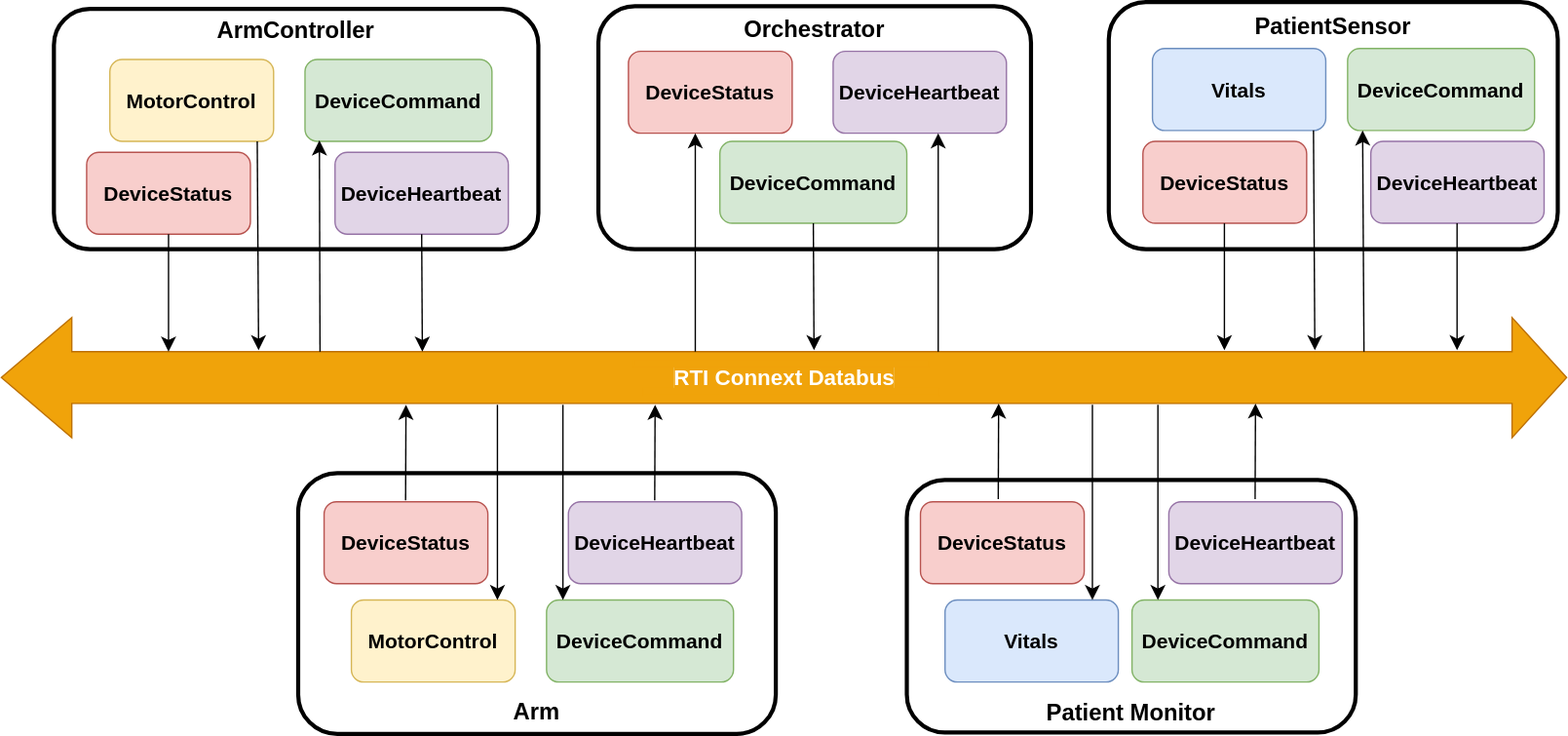
The draw.io diagram resource/images/module-01-diagram-digital-OR.svg in rticommunity/rticonnextdds-medtech-reference-architecture, before a commit. Source tidied: cells renumbered, new cells last; positions are measured from the earlier drawing's top-left corner, leaving out a move shared by most shapes. Source of this version:
```xml
<mxGraphModel>
  <root>
    <mxCell id="0" />
    <mxCell id="1" parent="0" />
    <mxCell id="2" value="&lt;br&gt;&lt;br&gt;&lt;br&gt;&lt;br&gt;&lt;br&gt;&lt;br&gt;&lt;br&gt;&lt;b&gt;&lt;font style=&quot;font-size: 17px;&quot;&gt;&lt;br&gt;&lt;br&gt;&lt;br&gt;Arm&lt;/font&gt;&lt;/b&gt;" style="rounded=1;whiteSpace=wrap;html=1;strokeWidth=3;" parent="1" vertex="1">
      <mxGeometry x="218" y="345" width="350" height="191" as="geometry" />
    </mxCell>
    <mxCell id="3" value="&lt;b&gt;&lt;font style=&quot;font-size: 17px;&quot;&gt;ArmController&lt;br&gt;&lt;br&gt;&lt;br&gt;&lt;br&gt;&lt;br&gt;&lt;br&gt;&lt;br&gt;&lt;br&gt;&lt;/font&gt;&lt;/b&gt;" style="rounded=1;whiteSpace=wrap;html=1;strokeWidth=3;" parent="1" vertex="1">
      <mxGeometry x="39" y="5" width="355" height="176" as="geometry" />
    </mxCell>
    <mxCell id="4" value="&lt;b&gt;&lt;font style=&quot;font-size: 17px;&quot;&gt;Orchestrator&lt;br&gt;&lt;br&gt;&lt;br&gt;&lt;br&gt;&lt;br&gt;&lt;br&gt;&lt;br&gt;&lt;br&gt;&lt;/font&gt;&lt;/b&gt;" style="rounded=1;whiteSpace=wrap;html=1;strokeWidth=3;" parent="1" vertex="1">
      <mxGeometry x="438" y="3" width="317" height="178" as="geometry" />
    </mxCell>
    <mxCell id="5" value="&lt;b&gt;&lt;font style=&quot;font-size: 17px;&quot;&gt;PatientSensor&lt;br&gt;&lt;br&gt;&lt;br&gt;&lt;br&gt;&lt;br&gt;&lt;br&gt;&lt;br&gt;&lt;br&gt;&lt;/font&gt;&lt;/b&gt;" style="rounded=1;whiteSpace=wrap;html=1;strokeWidth=3;" parent="1" vertex="1">
      <mxGeometry x="812" width="329" height="181" as="geometry" />
    </mxCell>
    <mxCell id="6" value="&lt;br&gt;&lt;br&gt;&lt;br&gt;&lt;br&gt;&lt;br&gt;&lt;br&gt;&lt;br&gt;&lt;br&gt;&lt;br&gt;&lt;br&gt;&lt;br&gt;&lt;b&gt;&lt;font style=&quot;font-size: 17px;&quot;&gt;Patient Monitor&lt;/font&gt;&lt;/b&gt;" style="rounded=1;whiteSpace=wrap;html=1;strokeWidth=3;" parent="1" vertex="1">
      <mxGeometry x="664" y="350" width="329" height="185" as="geometry" />
    </mxCell>
    <mxCell id="7" value="&lt;b&gt;&lt;font color=&quot;#ffffff&quot; style=&quot;font-size: 16px; background-color: rgb(240, 163, 10);&quot;&gt;RTI Connext Databus&lt;/font&gt;&lt;/b&gt;" style="shape=flexArrow;endArrow=classic;startArrow=classic;html=1;rounded=0;endWidth=49;endSize=13;startWidth=49;startSize=16.87;width=38;fillColor=#f0a30a;strokeColor=#BD7000;" parent="1" edge="1">
      <mxGeometry relative="1" as="geometry">
        <mxPoint y="275" as="sourcePoint" />
        <mxPoint x="1148" y="275" as="targetPoint" />
      </mxGeometry>
    </mxCell>
    <mxCell id="8" value="&lt;b&gt;&lt;font style=&quot;font-size: 15px;&quot;&gt;DeviceStatus&lt;/font&gt;&lt;/b&gt;" style="rounded=1;whiteSpace=wrap;html=1;fillColor=#f8cecc;strokeColor=#b85450;" parent="1" vertex="1">
      <mxGeometry x="237" y="366" width="120" height="60" as="geometry" />
    </mxCell>
    <mxCell id="9" value="&lt;b&gt;&lt;font style=&quot;font-size: 15px;&quot;&gt;DeviceHeartbeat&lt;/font&gt;&lt;/b&gt;" style="rounded=1;whiteSpace=wrap;html=1;fillColor=#e1d5e7;strokeColor=#9673a6;" parent="1" vertex="1">
      <mxGeometry x="416" y="366" width="127" height="60" as="geometry" />
    </mxCell>
    <mxCell id="10" value="&lt;b&gt;&lt;font style=&quot;font-size: 15px;&quot;&gt;MotorControl&lt;/font&gt;&lt;/b&gt;" style="rounded=1;whiteSpace=wrap;html=1;fillColor=#fff2cc;strokeColor=#d6b656;" parent="1" vertex="1">
      <mxGeometry x="257" y="438" width="120" height="60" as="geometry" />
    </mxCell>
    <mxCell id="11" value="&lt;b&gt;&lt;font style=&quot;font-size: 15px;&quot;&gt;DeviceCommand&lt;/font&gt;&lt;/b&gt;" style="rounded=1;whiteSpace=wrap;html=1;fillColor=#d5e8d4;strokeColor=#82b366;" parent="1" vertex="1">
      <mxGeometry x="400" y="438" width="137" height="60" as="geometry" />
    </mxCell>
    <mxCell id="12" value="&lt;b&gt;&lt;font style=&quot;font-size: 15px;&quot;&gt;DeviceStatus&lt;/font&gt;&lt;/b&gt;" style="rounded=1;whiteSpace=wrap;html=1;fillColor=#f8cecc;strokeColor=#b85450;" parent="1" vertex="1">
      <mxGeometry x="63" y="110" width="120" height="60" as="geometry" />
    </mxCell>
    <mxCell id="13" value="&lt;b&gt;&lt;font style=&quot;font-size: 15px;&quot;&gt;DeviceHeartbeat&lt;/font&gt;&lt;/b&gt;" style="rounded=1;whiteSpace=wrap;html=1;fillColor=#e1d5e7;strokeColor=#9673a6;" parent="1" vertex="1">
      <mxGeometry x="245" y="110" width="127" height="60" as="geometry" />
    </mxCell>
    <mxCell id="14" value="&lt;b&gt;&lt;font style=&quot;font-size: 15px;&quot;&gt;MotorControl&lt;/font&gt;&lt;/b&gt;" style="rounded=1;whiteSpace=wrap;html=1;fillColor=#fff2cc;strokeColor=#d6b656;" parent="1" vertex="1">
      <mxGeometry x="80" y="42" width="120" height="60" as="geometry" />
    </mxCell>
    <mxCell id="15" value="&lt;b&gt;&lt;font style=&quot;font-size: 15px;&quot;&gt;DeviceCommand&lt;/font&gt;&lt;/b&gt;" style="rounded=1;whiteSpace=wrap;html=1;fillColor=#d5e8d4;strokeColor=#82b366;" parent="1" vertex="1">
      <mxGeometry x="223" y="42" width="137" height="60" as="geometry" />
    </mxCell>
    <mxCell id="16" value="&lt;b&gt;&lt;font style=&quot;font-size: 15px;&quot;&gt;DeviceCommand&lt;/font&gt;&lt;/b&gt;" style="rounded=1;whiteSpace=wrap;html=1;fillColor=#d5e8d4;strokeColor=#82b366;" parent="1" vertex="1">
      <mxGeometry x="527" y="102" width="137" height="60" as="geometry" />
    </mxCell>
    <mxCell id="17" value="&lt;b&gt;&lt;font style=&quot;font-size: 15px;&quot;&gt;DeviceStatus&lt;/font&gt;&lt;/b&gt;" style="rounded=1;whiteSpace=wrap;html=1;fillColor=#f8cecc;strokeColor=#b85450;" parent="1" vertex="1">
      <mxGeometry x="460" y="36" width="120" height="60" as="geometry" />
    </mxCell>
    <mxCell id="18" value="&lt;b&gt;&lt;font style=&quot;font-size: 15px;&quot;&gt;DeviceHeartbeat&lt;/font&gt;&lt;/b&gt;" style="rounded=1;whiteSpace=wrap;html=1;fillColor=#e1d5e7;strokeColor=#9673a6;" parent="1" vertex="1">
      <mxGeometry x="610" y="36" width="127" height="60" as="geometry" />
    </mxCell>
    <mxCell id="19" value="&lt;b&gt;&lt;font style=&quot;font-size: 15px;&quot;&gt;DeviceStatus&lt;/font&gt;&lt;/b&gt;" style="rounded=1;whiteSpace=wrap;html=1;fillColor=#f8cecc;strokeColor=#b85450;" parent="1" vertex="1">
      <mxGeometry x="837" y="102" width="120" height="60" as="geometry" />
    </mxCell>
    <mxCell id="20" value="&lt;b&gt;&lt;font style=&quot;font-size: 15px;&quot;&gt;DeviceHeartbeat&lt;/font&gt;&lt;/b&gt;" style="rounded=1;whiteSpace=wrap;html=1;fillColor=#e1d5e7;strokeColor=#9673a6;" parent="1" vertex="1">
      <mxGeometry x="1004" y="102" width="127" height="60" as="geometry" />
    </mxCell>
    <mxCell id="21" value="&lt;b&gt;&lt;font style=&quot;font-size: 15px;&quot;&gt;Vitals&lt;/font&gt;&lt;/b&gt;" style="rounded=1;whiteSpace=wrap;html=1;fillColor=#dae8fc;strokeColor=#6c8ebf;" parent="1" vertex="1">
      <mxGeometry x="844" y="34" width="127" height="60" as="geometry" />
    </mxCell>
    <mxCell id="22" value="&lt;b&gt;&lt;font style=&quot;font-size: 15px;&quot;&gt;DeviceCommand&lt;/font&gt;&lt;/b&gt;" style="rounded=1;whiteSpace=wrap;html=1;fillColor=#d5e8d4;strokeColor=#82b366;" parent="1" vertex="1">
      <mxGeometry x="987" y="34" width="137" height="60" as="geometry" />
    </mxCell>
    <mxCell id="23" value="&lt;b&gt;&lt;font style=&quot;font-size: 15px;&quot;&gt;DeviceStatus&lt;/font&gt;&lt;/b&gt;" style="rounded=1;whiteSpace=wrap;html=1;fillColor=#f8cecc;strokeColor=#b85450;" parent="1" vertex="1">
      <mxGeometry x="674" y="366" width="120" height="60" as="geometry" />
    </mxCell>
    <mxCell id="24" value="&lt;b&gt;&lt;font style=&quot;font-size: 15px;&quot;&gt;DeviceHeartbeat&lt;/font&gt;&lt;/b&gt;" style="rounded=1;whiteSpace=wrap;html=1;fillColor=#e1d5e7;strokeColor=#9673a6;" parent="1" vertex="1">
      <mxGeometry x="856" y="366" width="127" height="60" as="geometry" />
    </mxCell>
    <mxCell id="25" value="&lt;b&gt;&lt;font style=&quot;font-size: 15px;&quot;&gt;Vitals&lt;/font&gt;&lt;/b&gt;" style="rounded=1;whiteSpace=wrap;html=1;fillColor=#dae8fc;strokeColor=#6c8ebf;" parent="1" vertex="1">
      <mxGeometry x="692" y="438" width="127" height="60" as="geometry" />
    </mxCell>
    <mxCell id="26" value="&lt;b&gt;&lt;font style=&quot;font-size: 15px;&quot;&gt;DeviceCommand&lt;/font&gt;&lt;/b&gt;" style="rounded=1;whiteSpace=wrap;html=1;fillColor=#d5e8d4;strokeColor=#82b366;" parent="1" vertex="1">
      <mxGeometry x="829" y="438" width="137" height="60" as="geometry" />
    </mxCell>
    <mxCell id="27" style="endArrow=classic;html=1;rounded=0;fontSize=12;startSize=8;endSize=8;exitX=0.5;exitY=1;exitDx=0;exitDy=0;" parent="1" edge="1" source="12">
      <mxGeometry relative="1" as="geometry">
        <mxPoint x="123" y="256" as="targetPoint" />
      </mxGeometry>
    </mxCell>
    <mxCell id="28" style="endArrow=classic;html=1;rounded=0;fontSize=12;startSize=8;endSize=8;" parent="1" edge="1">
      <mxGeometry relative="1" as="geometry">
        <mxPoint x="188" y="102" as="sourcePoint" />
        <mxPoint x="189" y="255" as="targetPoint" />
      </mxGeometry>
    </mxCell>
    <mxCell id="29" style="endArrow=classic;html=1;rounded=0;fontSize=12;startSize=8;endSize=8;entryX=0.077;entryY=0.988;entryDx=0;entryDy=0;entryPerimeter=0;" parent="1" edge="1" target="15">
      <mxGeometry relative="1" as="geometry">
        <mxPoint x="234" y="256" as="sourcePoint" />
      </mxGeometry>
    </mxCell>
    <mxCell id="30" style="endArrow=classic;html=1;rounded=0;fontSize=12;startSize=8;endSize=8;exitX=0.5;exitY=1;exitDx=0;exitDy=0;" parent="1" edge="1" source="13">
      <mxGeometry relative="1" as="geometry">
        <mxPoint x="309" y="256" as="targetPoint" />
      </mxGeometry>
    </mxCell>
    <mxCell id="31" style="endArrow=classic;html=1;rounded=0;fontSize=12;startSize=8;endSize=8;exitX=0.5;exitY=1;exitDx=0;exitDy=0;" parent="1" edge="1" source="16">
      <mxGeometry relative="1" as="geometry">
        <mxPoint x="596" y="255" as="targetPoint" />
      </mxGeometry>
    </mxCell>
    <mxCell id="32" style="endArrow=classic;html=1;rounded=0;fontSize=12;startSize=8;endSize=8;entryX=0.077;entryY=0.988;entryDx=0;entryDy=0;entryPerimeter=0;" parent="1" edge="1">
      <mxGeometry relative="1" as="geometry">
        <mxPoint x="509" y="256" as="sourcePoint" />
        <mxPoint x="509" y="96" as="targetPoint" />
      </mxGeometry>
    </mxCell>
    <mxCell id="33" style="endArrow=classic;html=1;rounded=0;fontSize=12;startSize=8;endSize=8;entryX=0.077;entryY=0.988;entryDx=0;entryDy=0;entryPerimeter=0;" parent="1" edge="1">
      <mxGeometry relative="1" as="geometry">
        <mxPoint x="687" y="256" as="sourcePoint" />
        <mxPoint x="687" y="96" as="targetPoint" />
      </mxGeometry>
    </mxCell>
    <mxCell id="34" style="endArrow=classic;html=1;rounded=0;fontSize=12;startSize=8;endSize=8;entryX=0.077;entryY=0.988;entryDx=0;entryDy=0;entryPerimeter=0;" parent="1" edge="1">
      <mxGeometry relative="1" as="geometry">
        <mxPoint x="999" y="256" as="sourcePoint" />
        <mxPoint x="998" y="94" as="targetPoint" />
      </mxGeometry>
    </mxCell>
    <mxCell id="35" style="endArrow=classic;html=1;rounded=0;fontSize=12;startSize=8;endSize=8;" parent="1" edge="1">
      <mxGeometry relative="1" as="geometry">
        <mxPoint x="962" y="94" as="sourcePoint" />
        <mxPoint x="963" y="255" as="targetPoint" />
      </mxGeometry>
    </mxCell>
    <mxCell id="36" style="endArrow=classic;html=1;rounded=0;fontSize=12;startSize=8;endSize=8;exitX=0.5;exitY=1;exitDx=0;exitDy=0;" parent="1" edge="1">
      <mxGeometry relative="1" as="geometry">
        <mxPoint x="896.7" y="162" as="sourcePoint" />
        <mxPoint x="896.7" y="255" as="targetPoint" />
      </mxGeometry>
    </mxCell>
    <mxCell id="37" style="endArrow=classic;html=1;rounded=0;fontSize=12;startSize=8;endSize=8;exitX=0.5;exitY=1;exitDx=0;exitDy=0;" parent="1" edge="1">
      <mxGeometry relative="1" as="geometry">
        <mxPoint x="1067.2" y="162" as="sourcePoint" />
        <mxPoint x="1067.2" y="255" as="targetPoint" />
      </mxGeometry>
    </mxCell>
    <mxCell id="38" style="endArrow=classic;html=1;rounded=0;fontSize=12;startSize=8;endSize=8;" parent="1" edge="1">
      <mxGeometry relative="1" as="geometry">
        <mxPoint x="296.7" y="365" as="sourcePoint" />
        <mxPoint x="297" y="295" as="targetPoint" />
      </mxGeometry>
    </mxCell>
    <mxCell id="39" style="endArrow=classic;html=1;rounded=0;fontSize=12;startSize=8;endSize=8;" parent="1" edge="1">
      <mxGeometry relative="1" as="geometry">
        <mxPoint x="479.3" y="365" as="sourcePoint" />
        <mxPoint x="479.6" y="295" as="targetPoint" />
      </mxGeometry>
    </mxCell>
    <mxCell id="40" style="endArrow=classic;html=1;rounded=0;fontSize=12;startSize=8;endSize=8;" parent="1" edge="1">
      <mxGeometry relative="1" as="geometry">
        <mxPoint x="364" y="295" as="sourcePoint" />
        <mxPoint x="364" y="438" as="targetPoint" />
      </mxGeometry>
    </mxCell>
    <mxCell id="41" style="endArrow=classic;html=1;rounded=0;fontSize=12;startSize=8;endSize=8;" parent="1" edge="1">
      <mxGeometry relative="1" as="geometry">
        <mxPoint x="412" y="295" as="sourcePoint" />
        <mxPoint x="412" y="438" as="targetPoint" />
      </mxGeometry>
    </mxCell>
    <mxCell id="42" style="endArrow=classic;html=1;rounded=0;fontSize=12;startSize=8;endSize=8;" parent="1" edge="1">
      <mxGeometry relative="1" as="geometry">
        <mxPoint x="731" y="364" as="sourcePoint" />
        <mxPoint x="731.3" y="294" as="targetPoint" />
      </mxGeometry>
    </mxCell>
    <mxCell id="43" style="endArrow=classic;html=1;rounded=0;fontSize=12;startSize=8;endSize=8;" parent="1" edge="1">
      <mxGeometry relative="1" as="geometry">
        <mxPoint x="919.2" y="364" as="sourcePoint" />
        <mxPoint x="919.5" y="294" as="targetPoint" />
      </mxGeometry>
    </mxCell>
    <mxCell id="44" style="endArrow=classic;html=1;rounded=0;fontSize=12;startSize=8;endSize=8;" parent="1" edge="1">
      <mxGeometry relative="1" as="geometry">
        <mxPoint x="800" y="295" as="sourcePoint" />
        <mxPoint x="800" y="438" as="targetPoint" />
      </mxGeometry>
    </mxCell>
    <mxCell id="45" style="endArrow=classic;html=1;rounded=0;fontSize=12;startSize=8;endSize=8;" parent="1" edge="1">
      <mxGeometry relative="1" as="geometry">
        <mxPoint x="848" y="295" as="sourcePoint" />
        <mxPoint x="848" y="438" as="targetPoint" />
      </mxGeometry>
    </mxCell>
    <mxCell id="46" style="rounded=0;whiteSpace=wrap;html=1;strokeColor=#F0A30A;fillColor=#F0A30A;" parent="1" vertex="1">
      <mxGeometry x="464" y="262" width="216" height="5" as="geometry" />
    </mxCell>
    <mxCell id="47" style="rounded=0;whiteSpace=wrap;html=1;strokeColor=#F0A30A;fillColor=#F0A30A;" parent="1" vertex="1">
      <mxGeometry x="471" y="283" width="216" height="5" as="geometry" />
    </mxCell>
  </root>
</mxGraphModel>
```
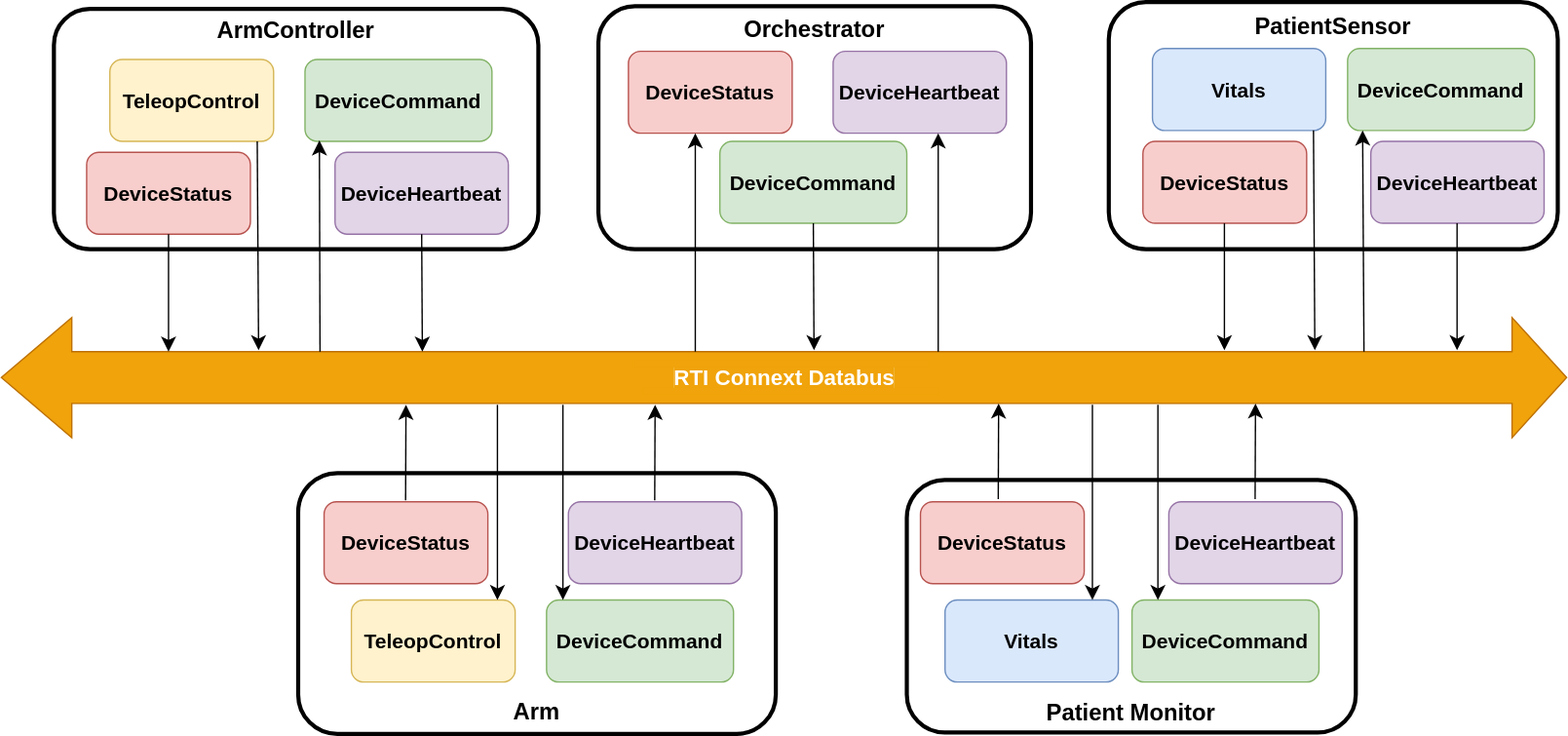
Above is the later version.

The edit, as a diff of the source:
```diff
@@ -29,7 +29,7 @@
     <mxCell id="9" value="&lt;b&gt;&lt;font style=&quot;font-size: 15px;&quot;&gt;DeviceHeartbeat&lt;/font&gt;&lt;/b&gt;" style="rounded=1;whiteSpace=wrap;html=1;fillColor=#e1d5e7;strokeColor=#9673a6;" parent="1" vertex="1">
       <mxGeometry x="416" y="366" width="127" height="60" as="geometry" />
     </mxCell>
-    <mxCell id="10" value="&lt;b&gt;&lt;font style=&quot;font-size: 15px;&quot;&gt;MotorControl&lt;/font&gt;&lt;/b&gt;" style="rounded=1;whiteSpace=wrap;html=1;fillColor=#fff2cc;strokeColor=#d6b656;" parent="1" vertex="1">
+    <mxCell id="10" value="&lt;b&gt;&lt;font style=&quot;font-size: 15px;&quot;&gt;TeleopControl&lt;/font&gt;&lt;/b&gt;" style="rounded=1;whiteSpace=wrap;html=1;fillColor=#fff2cc;strokeColor=#d6b656;" parent="1" vertex="1">
       <mxGeometry x="257" y="438" width="120" height="60" as="geometry" />
     </mxCell>
     <mxCell id="11" value="&lt;b&gt;&lt;font style=&quot;font-size: 15px;&quot;&gt;DeviceCommand&lt;/font&gt;&lt;/b&gt;" style="rounded=1;whiteSpace=wrap;html=1;fillColor=#d5e8d4;strokeColor=#82b366;" parent="1" vertex="1">
@@ -41,7 +41,7 @@
     <mxCell id="13" value="&lt;b&gt;&lt;font style=&quot;font-size: 15px;&quot;&gt;DeviceHeartbeat&lt;/font&gt;&lt;/b&gt;" style="rounded=1;whiteSpace=wrap;html=1;fillColor=#e1d5e7;strokeColor=#9673a6;" parent="1" vertex="1">
       <mxGeometry x="245" y="110" width="127" height="60" as="geometry" />
     </mxCell>
-    <mxCell id="14" value="&lt;b&gt;&lt;font style=&quot;font-size: 15px;&quot;&gt;MotorControl&lt;/font&gt;&lt;/b&gt;" style="rounded=1;whiteSpace=wrap;html=1;fillColor=#fff2cc;strokeColor=#d6b656;" parent="1" vertex="1">
+    <mxCell id="14" value="&lt;b&gt;&lt;font style=&quot;font-size: 15px;&quot;&gt;TeleopControl&lt;/font&gt;&lt;/b&gt;" style="rounded=1;whiteSpace=wrap;html=1;fillColor=#fff2cc;strokeColor=#d6b656;" parent="1" vertex="1">
       <mxGeometry x="80" y="42" width="120" height="60" as="geometry" />
     </mxCell>
     <mxCell id="15" value="&lt;b&gt;&lt;font style=&quot;font-size: 15px;&quot;&gt;DeviceCommand&lt;/font&gt;&lt;/b&gt;" style="rounded=1;whiteSpace=wrap;html=1;fillColor=#d5e8d4;strokeColor=#82b366;" parent="1" vertex="1">
```
